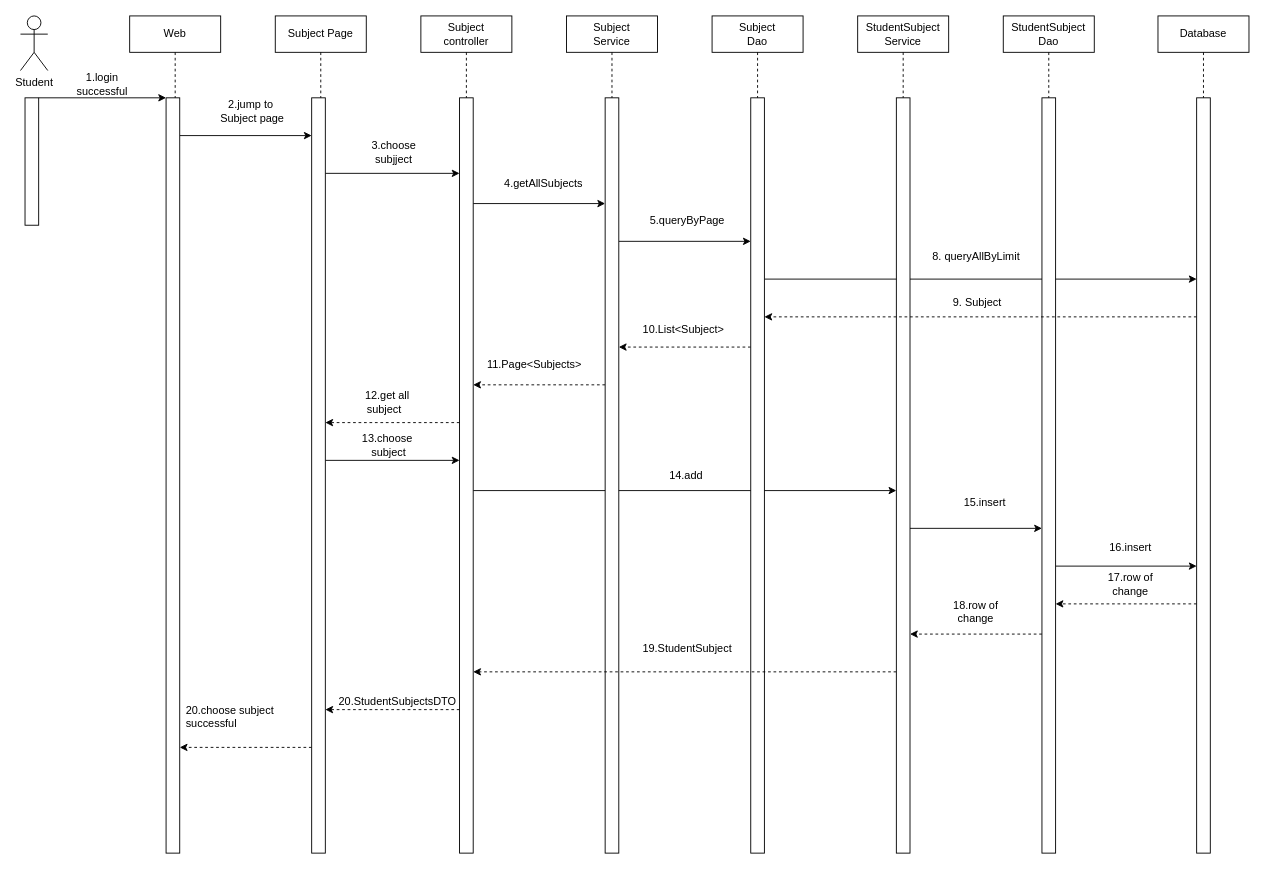
Above: subject.drawio in vriusc/Intelligent-Tutoring-System (draw.io), before the change. Source tidied: cells renumbered, new cells numbered last; positions are measured from the earlier drawing's top-left corner, leaving out a move shared by most shapes. Both pictures are drawn from the tidied source at 91%, with x=0, y=0 at pixel (20, 15).
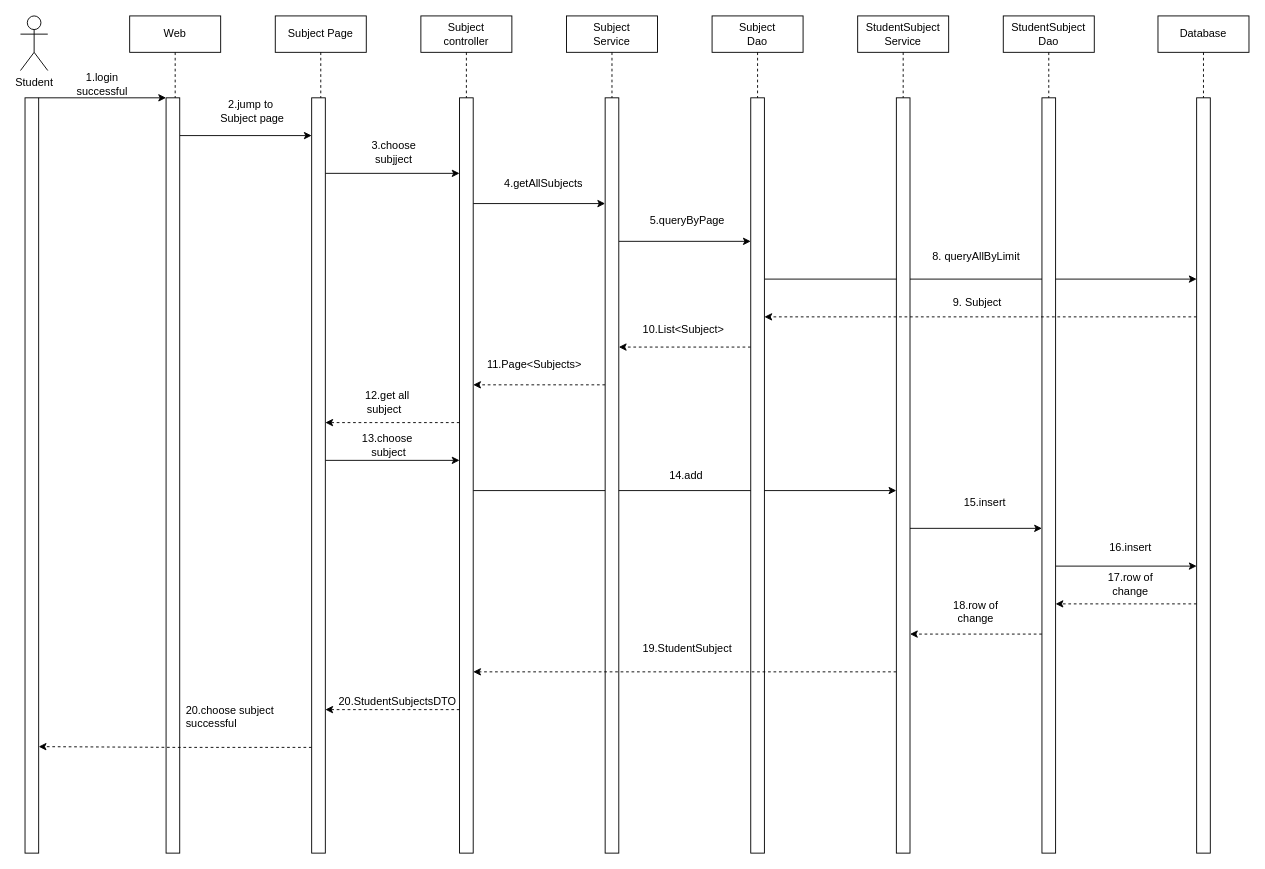
Above is the later version.

Unchanged cells that the change refers to:
```xml
<mxCell id="32" style="rounded=0;whiteSpace=wrap;html=1;points=[[0,0,0,0,0],[0,0.05,0,0,0],[0,0.1,0,0,0],[0,0.14,0,0,0],[0,0.19,0,0,0],[0,0.24,0,0,0],[0,0.25,0,0,0],[0,0.29,0,0,0],[0,0.33,0,0,0],[0,0.38,0,0,0],[0,0.43,0,0,0],[0,0.48,0,0,0],[0,0.5,0,0,0],[0,0.52,0,0,0],[0,0.57,0,0,0],[0,0.62,0,0,0],[0,0.67,0,0,0],[0,0.71,0,0,0],[0,0.75,0,0,0],[0,0.76,0,0,0],[0,0.81,0,0,0],[0,0.86,0,0,0],[0,0.9,0,0,0],[0,0.95,0,0,0],[0,1,0,0,0],[0.25,0,0,0,0],[0.25,1,0,0,0],[0.5,0,0,0,0],[0.5,1,0,0,0],[0.75,0,0,0,0],[0.75,1,0,0,0],[1,0,0,0,0],[1,0.05,0,0,0],[1,0.1,0,0,0],[1,0.14,0,0,0],[1,0.19,0,0,0],[1,0.24,0,0,0],[1,0.25,0,0,0],[1,0.29,0,0,0],[1,0.33,0,0,0],[1,0.38,0,0,0],[1,0.43,0,0,0],[1,0.48,0,0,0],[1,0.5,0,0,0],[1,0.5,0,8,0],[1,0.52,0,0,0],[1,0.57,0,0,0],[1,0.62,0,0,0],[1,0.67,0,0,0],[1,0.71,0,0,0],[1,0.75,0,0,0],[1,0.76,0,0,0],[1,0.81,0,0,0],[1,0.86,0,0,0],[1,0.9,0,0,0],[1,0.95,0,0,0],[1,1,0,0,0]];" parent="1" vertex="1">
  <mxGeometry x="160" y="90" width="15" height="830" as="geometry" />
</mxCell>
<mxCell id="36" style="rounded=0;whiteSpace=wrap;html=1;points=[[0,0,0,0,0],[0,0.05,0,0,0],[0,0.1,0,0,0],[0,0.14,0,0,0],[0,0.19,0,0,0],[0,0.24,0,0,0],[0,0.25,0,0,0],[0,0.29,0,0,0],[0,0.33,0,0,0],[0,0.38,0,0,0],[0,0.43,0,0,0],[0,0.48,0,0,0],[0,0.5,0,0,0],[0,0.52,0,0,0],[0,0.57,0,0,0],[0,0.62,0,0,0],[0,0.67,0,0,0],[0,0.71,0,0,0],[0,0.75,0,0,0],[0,0.76,0,0,0],[0,0.81,0,0,0],[0,0.86,0,0,0],[0,0.9,0,0,0],[0,0.95,0,0,0],[0,1,0,0,0],[0.25,0,0,0,0],[0.25,1,0,0,0],[0.5,0,0,0,0],[0.5,1,0,0,0],[0.75,0,0,0,0],[0.75,1,0,0,0],[1,0,0,0,0],[1,0.05,0,0,0],[1,0.1,0,0,0],[1,0.14,0,0,0],[1,0.19,0,0,0],[1,0.24,0,0,0],[1,0.25,0,0,0],[1,0.29,0,0,0],[1,0.33,0,0,0],[1,0.38,0,0,0],[1,0.43,0,0,0],[1,0.48,0,0,0],[1,0.5,0,0,0],[1,0.5,0,8,0],[1,0.52,0,0,0],[1,0.57,0,0,0],[1,0.62,0,0,0],[1,0.67,0,0,0],[1,0.71,0,0,0],[1,0.75,0,0,0],[1,0.76,0,0,0],[1,0.81,0,0,0],[1,0.86,0,0,0],[1,0.9,0,0,0],[1,0.95,0,0,0],[1,1,0,0,0]];" parent="1" vertex="1">
  <mxGeometry x="320" y="90" width="15" height="830" as="geometry" />
</mxCell>
```

The edit, as a diff of the source:
```diff
@@
     <mxCell id="30" style="rounded=0;whiteSpace=wrap;html=1;" parent="1" vertex="1">
-      <mxGeometry x="5" y="90" width="15" height="140" as="geometry" />
+      <mxGeometry x="5" y="90" width="15" height="830" as="geometry" />
     </mxCell>
@@
-    <mxCell id="35" style="edgeStyle=orthogonalEdgeStyle;rounded=0;jettySize=auto;html=1;exitX=0;exitY=0.86;exitDx=0;exitDy=0;exitPerimeter=0;entryX=1;entryY=0.86;entryDx=0;entryDy=0;entryPerimeter=0;dashed=1;" parent="1" edge="1" source="36" target="32">
+    <mxCell id="35" style="edgeStyle=orthogonalEdgeStyle;rounded=0;jettySize=auto;html=1;exitX=0;exitY=0.86;exitDx=0;exitDy=0;exitPerimeter=0;entryX=1;entryY=0.859;entryDx=0;entryDy=0;entryPerimeter=0;dashed=1;" parent="1" edge="1" source="36" target="30">
       <mxGeometry relative="1" as="geometry" />
     </mxCell>
```
